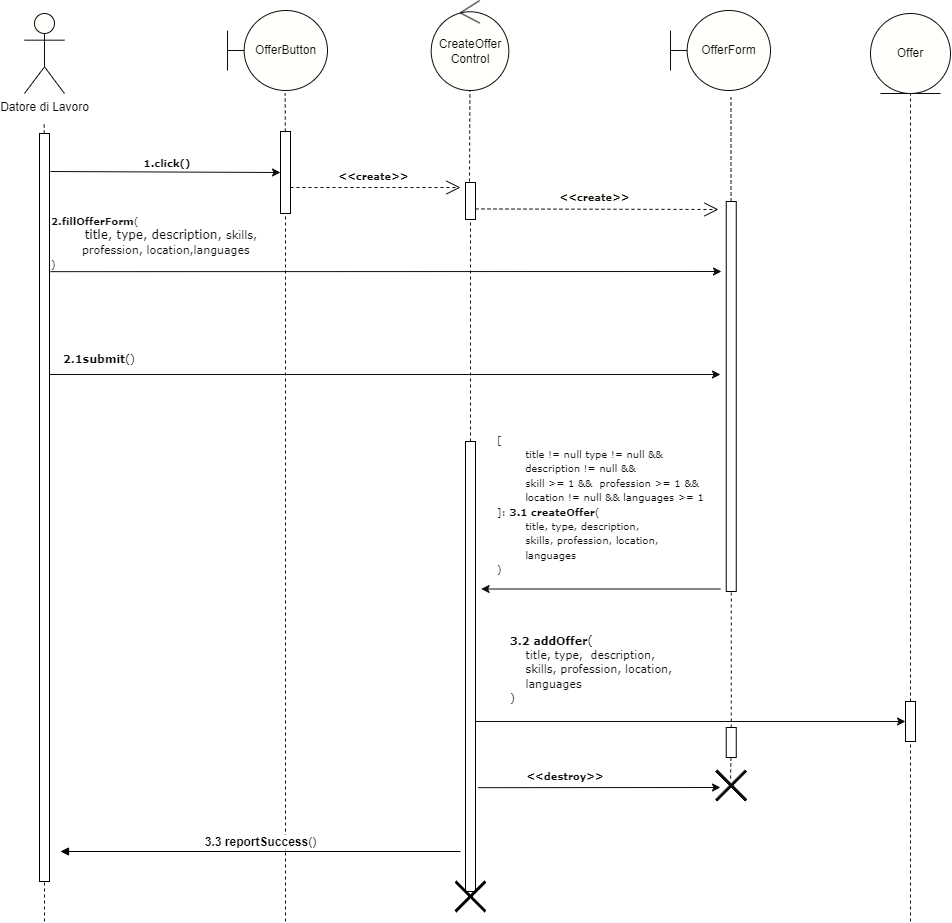
Earlier version of the draw.io export Documentazione/1. Requirement_Analysis_Document/Sequence_Diagrams/SD_CO.png (JacopoPassariello/TuringCareers). Source tidied: cells renumbered, new cells last; positions are measured from the earlier drawing's top-left corner, leaving out a move shared by most shapes.
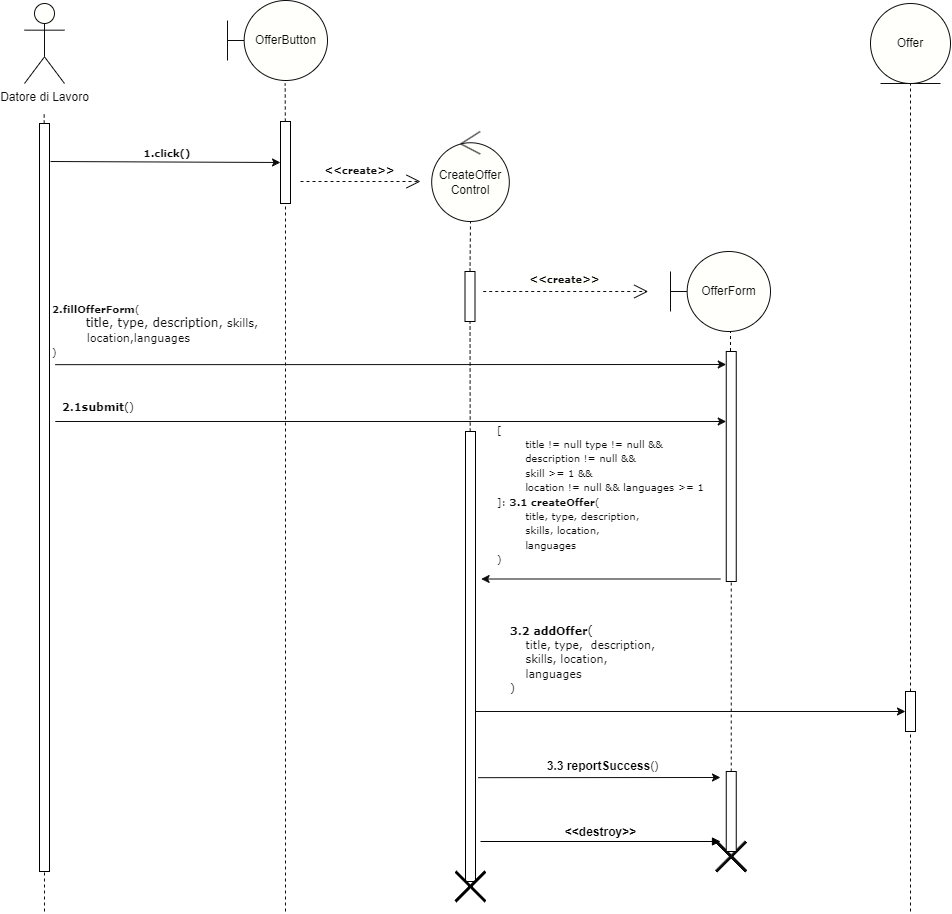
After the commit.

What changed in the source:
```diff
@@ -10,16 +10,11 @@
         <mxPoint x="260.7" y="93" as="targetPoint" />
       </mxGeometry>
     </mxCell>
-    <mxCell id="4" style="endArrow=none;dashed=1;html=1;rounded=0;entryX=0.499;entryY=0.996;entryDx=0;entryDy=0;strokeColor=#0D0D0D;entryPerimeter=0;" parent="1" edge="1" target="25">
+    <mxCell id="4" style="endArrow=none;dashed=1;html=1;rounded=0;strokeColor=#0D0D0D;exitX=0.5;exitY=0;exitDx=0;exitDy=0;" parent="1" edge="1" source="15">
       <mxGeometry relative="1" as="geometry">
-        <mxPoint x="445" y="181" as="sourcePoint" />
+        <mxPoint x="446" y="231" as="targetPoint" />
       </mxGeometry>
     </mxCell>
-    <mxCell id="5" style="endArrow=none;dashed=1;html=1;rounded=0;strokeColor=#0D0D0D;entryX=0.587;entryY=1.046;entryDx=0;entryDy=0;entryPerimeter=0;" parent="1" edge="1" source="20">
-      <mxGeometry relative="1" as="geometry">
-        <mxPoint x="706.4" y="96.7" as="targetPoint" />
-      </mxGeometry>
-    </mxCell>
     <mxCell id="6" style="endArrow=none;dashed=1;html=1;rounded=0;entryX=0.5;entryY=1;entryDx=0;entryDy=0;strokeColor=#0D0D0D;" parent="1" edge="1" source="33" target="24">
       <mxGeometry relative="1" as="geometry" />
     </mxCell>
@@ -56,57 +51,57 @@
       <mxGeometry relative="1" as="geometry" />
     </mxCell>
     <mxCell id="15" style="rounded=0;whiteSpace=wrap;html=1;strokeColor=default;fillColor=none;" parent="1" vertex="1">
-      <mxGeometry x="441" y="182" width="10" height="37" as="geometry" />
+      <mxGeometry x="440.5" y="281" width="10" height="50" as="geometry" />
     </mxCell>
     <mxCell id="16" style="endArrow=classic;html=1;rounded=0;fontColor=#0D0D0D;strokeColor=#0D0D0D;" parent="1" edge="1">
       <mxGeometry relative="1" as="geometry">
-        <mxPoint x="26" y="271.2" as="sourcePoint" />
-        <mxPoint x="697" y="271" as="targetPoint" />
+        <mxPoint x="30.8" y="374.2" as="sourcePoint" />
+        <mxPoint x="701.8" y="374" as="targetPoint" />
       </mxGeometry>
     </mxCell>
     <mxCell id="17" value="&lt;font color=&quot;#0d0d0d&quot; style=&quot;font-size: 10px;&quot; face=&quot;Verdana&quot;&gt;&lt;b&gt;&amp;lt;&amp;lt;create&amp;gt;&amp;gt;&lt;/b&gt;&lt;/font&gt;" style="endArrow=open;endSize=12;dashed=1;html=1;rounded=0;strokeColor=#0D0D0D;labelBackgroundColor=none;" parent="1" edge="1">
       <mxGeometry x="-0.02" y="11" relative="1" as="geometry">
-        <mxPoint x="266" y="187" as="sourcePoint" />
-        <mxPoint x="436" y="187" as="targetPoint" />
+        <mxPoint x="276" y="191" as="sourcePoint" />
+        <mxPoint x="396" y="191" as="targetPoint" />
       </mxGeometry>
     </mxCell>
     <mxCell id="18" value="&lt;font style=&quot;font-size: 10px;&quot; face=&quot;Verdana&quot;&gt;&lt;b&gt;&amp;lt;&amp;lt;create&amp;gt;&amp;gt;&lt;/b&gt;&lt;/font&gt;" style="endArrow=open;endSize=12;dashed=1;html=1;rounded=0;strokeColor=#0D0D0D;fontColor=#0D0D0D;labelBackgroundColor=#FFFFFC;" parent="1" edge="1">
       <mxGeometry x="-0.02" y="12" relative="1" as="geometry">
-        <mxPoint x="451" y="208.4" as="sourcePoint" />
-        <mxPoint x="694" y="209" as="targetPoint" />
+        <mxPoint x="458.7" y="301" as="sourcePoint" />
+        <mxPoint x="623.7" y="301" as="targetPoint" />
       </mxGeometry>
     </mxCell>
     <mxCell id="19" style="endArrow=none;dashed=1;html=1;rounded=0;strokeColor=#0D0D0D;" parent="1" edge="1" source="38" target="20">
       <mxGeometry relative="1" as="geometry" />
     </mxCell>
     <mxCell id="20" style="rounded=0;whiteSpace=wrap;html=1;strokeColor=default;fillColor=none;" parent="1" vertex="1">
-      <mxGeometry x="701.8" y="201" width="10" height="390" as="geometry" />
+      <mxGeometry x="701.8" y="361" width="10" height="230" as="geometry" />
     </mxCell>
-    <mxCell id="21" value="&lt;font face=&quot;Verdana&quot;&gt;&lt;font style=&quot;font-size: 10px;&quot;&gt;&lt;b style=&quot;&quot;&gt;2.fillOfferForm&lt;/b&gt;(&lt;br&gt;&lt;/font&gt;&lt;span style=&quot;white-space: pre;&quot;&gt;&#9;&lt;/span&gt;title, type,&amp;nbsp;description,&amp;nbsp;&lt;span style=&quot;font-size: 11px;&quot;&gt;skills, &lt;br&gt;&lt;span style=&quot;white-space: pre;&quot;&gt;&#9;&lt;/span&gt;profession, location,&lt;/span&gt;&lt;span style=&quot;font-size: 11px;&quot;&gt;languages&lt;/span&gt;&lt;font style=&quot;font-size: 10px;&quot;&gt;&lt;br&gt;)&lt;/font&gt;&lt;/font&gt;" style="text;html=1;strokeColor=none;fillColor=none;align=left;verticalAlign=middle;whiteSpace=wrap;rounded=0;labelBackgroundColor=none;fontColor=#0D0D0D;" parent="1" vertex="1">
-      <mxGeometry x="25" y="213" width="240" height="58" as="geometry" />
+    <mxCell id="21" value="&lt;font face=&quot;Verdana&quot;&gt;&lt;font style=&quot;font-size: 10px;&quot;&gt;&lt;b style=&quot;&quot;&gt;2.fillOfferForm&lt;/b&gt;(&lt;br&gt;&lt;/font&gt;&lt;span style=&quot;white-space: pre;&quot;&gt;&#9;&lt;/span&gt;title, type,&amp;nbsp;description,&amp;nbsp;&lt;span style=&quot;font-size: 11px;&quot;&gt;skills, &lt;span style=&quot;white-space: pre;&quot;&gt;&#9;&lt;/span&gt;&amp;nbsp;location,&lt;/span&gt;&lt;span style=&quot;font-size: 11px;&quot;&gt;languages&lt;/span&gt;&lt;font style=&quot;font-size: 10px;&quot;&gt;&lt;br&gt;)&lt;/font&gt;&lt;/font&gt;" style="text;html=1;strokeColor=none;fillColor=none;align=left;verticalAlign=middle;whiteSpace=wrap;rounded=0;labelBackgroundColor=none;fontColor=#0D0D0D;" parent="1" vertex="1">
+      <mxGeometry x="26" y="311" width="240" height="58" as="geometry" />
     </mxCell>
     <mxCell id="22" style="endArrow=classic;html=1;rounded=0;strokeColor=#0D0D0D;" parent="1" edge="1">
       <mxGeometry relative="1" as="geometry">
-        <mxPoint x="25" y="374" as="sourcePoint" />
-        <mxPoint x="696" y="374" as="targetPoint" />
+        <mxPoint x="30.8" y="431" as="sourcePoint" />
+        <mxPoint x="701.8" y="431" as="targetPoint" />
       </mxGeometry>
     </mxCell>
     <mxCell id="23" value="&lt;font face=&quot;Verdana&quot; style=&quot;font-size: 11px;&quot;&gt;&lt;b style=&quot;&quot;&gt;2.1submit&lt;/b&gt;()&lt;/font&gt;" style="text;html=1;strokeColor=none;fillColor=none;align=left;verticalAlign=middle;whiteSpace=wrap;rounded=0;fontColor=#0D0D0D;" parent="1" vertex="1">
-      <mxGeometry x="36.8" y="343" width="86" height="32" as="geometry" />
+      <mxGeometry x="36" y="401" width="86" height="32" as="geometry" />
     </mxCell>
     <mxCell id="24" value="Offer" style="ellipse;shape=umlEntity;whiteSpace=wrap;html=1;strokeColor=#0D0D0D;fontColor=#0D0D0D;fillColor=#FFFFFC;" parent="1" vertex="1">
       <mxGeometry x="846" y="13" width="80" height="80" as="geometry" />
     </mxCell>
     <mxCell id="25" value="CreateOffer&lt;br&gt;Control" style="ellipse;shape=umlControl;whiteSpace=wrap;html=1;strokeColor=#0D0D0D;fontColor=#0D0D0D;fillColor=#FFFFFC;" parent="1" vertex="1">
-      <mxGeometry x="406.7" width="77.6" height="90" as="geometry" />
+      <mxGeometry x="407.2" y="141" width="77.6" height="90" as="geometry" />
     </mxCell>
     <mxCell id="26" value="&lt;font color=&quot;#0d0d0d&quot;&gt;OfferButton&lt;/font&gt;" style="shape=umlBoundary;whiteSpace=wrap;html=1;strokeColor=#0D0D0D;fillColor=#FFFFFC;" parent="1" vertex="1">
       <mxGeometry x="203" y="10" width="100" height="80" as="geometry" />
     </mxCell>
     <mxCell id="27" value="OfferForm" style="shape=umlBoundary;whiteSpace=wrap;html=1;strokeColor=#0D0D0D;fontColor=#0D0D0D;fillColor=#FFFFFC;" parent="1" vertex="1">
-      <mxGeometry x="646" y="10" width="100" height="80" as="geometry" />
+      <mxGeometry x="646" y="261" width="100" height="80" as="geometry" />
     </mxCell>
-    <mxCell id="28" value="&lt;font face=&quot;Verdana&quot;&gt;&lt;font style=&quot;font-size: 10px;&quot;&gt;[ &lt;br&gt;&lt;span style=&quot;white-space: pre;&quot;&gt;&#9;&lt;/span&gt;title != null type != null &amp;amp;&amp;amp; &lt;span style=&quot;white-space: pre;&quot;&gt;&#9;&lt;/span&gt;description != null &amp;amp;&amp;amp;&lt;br&gt;&lt;span style=&quot;white-space: pre;&quot;&gt;&#9;&lt;/span&gt;skill &amp;gt;= 1 &amp;amp;&amp;amp;&amp;nbsp; profession &amp;gt;= 1 &amp;amp;&amp;amp;&lt;br&gt;&lt;span style=&quot;white-space: pre;&quot;&gt;&#9;&lt;/span&gt;location != null &amp;amp;&amp;amp; languages &amp;gt;= 1&lt;br&gt;]: &lt;b style=&quot;&quot;&gt;3.1 createOffer&lt;/b&gt;(&lt;br&gt;&lt;span style=&quot;white-space: pre;&quot;&gt;&amp;nbsp;&amp;nbsp;&amp;nbsp;&amp;nbsp;&lt;span style=&quot;white-space: pre;&quot;&gt;&#9;&lt;/span&gt;&lt;/span&gt;&lt;/font&gt;&lt;font style=&quot;font-size: 10px;&quot;&gt;title, type, description,&lt;/font&gt;&lt;br&gt;&lt;span style=&quot;font-size: 10px;&quot;&gt;&lt;span style=&quot;&quot;&gt;&lt;span style=&quot;white-space: pre;&quot;&gt;&amp;nbsp;&amp;nbsp;&amp;nbsp;&amp;nbsp;&lt;span style=&quot;white-space: pre;&quot;&gt;&#9;&lt;/span&gt;&lt;/span&gt;&lt;/span&gt;skills,&amp;nbsp;&lt;/span&gt;&lt;span style=&quot;font-size: 10px;&quot;&gt;profession,&lt;span style=&quot;white-space: pre;&quot;&gt;&amp;nbsp;&lt;/span&gt;&lt;/span&gt;&lt;span style=&quot;font-size: 10px;&quot;&gt;location,&lt;/span&gt;&lt;br style=&quot;font-size: 10px;&quot;&gt;&lt;span style=&quot;font-size: 10px;&quot;&gt;&lt;span style=&quot;&quot;&gt;&amp;nbsp;&amp;nbsp;&amp;nbsp;&amp;nbsp;&lt;span style=&quot;white-space: pre;&quot;&gt;&amp;nbsp;&amp;nbsp;&amp;nbsp;&amp;nbsp;&lt;/span&gt;&lt;/span&gt;&lt;/span&gt;&lt;span style=&quot;font-size: 10px;&quot;&gt;languages&lt;/span&gt;&lt;font style=&quot;font-size: 10px;&quot;&gt;&lt;br&gt;)&lt;/font&gt;&lt;/font&gt;" style="text;html=1;strokeColor=none;fillColor=none;align=left;verticalAlign=middle;whiteSpace=wrap;rounded=0;fontColor=#0D0D0D;" parent="1" vertex="1">
+    <mxCell id="28" value="&lt;font face=&quot;Verdana&quot;&gt;&lt;font style=&quot;font-size: 10px;&quot;&gt;[ &lt;br&gt;&lt;span style=&quot;white-space: pre;&quot;&gt;&#9;&lt;/span&gt;title != null type != null &amp;amp;&amp;amp; &lt;span style=&quot;white-space: pre;&quot;&gt;&#9;&lt;/span&gt;description != null &amp;amp;&amp;amp;&lt;br&gt;&lt;span style=&quot;white-space: pre;&quot;&gt;&#9;&lt;/span&gt;skill &amp;gt;= 1 &amp;amp;&amp;amp;&lt;br&gt;&lt;span style=&quot;white-space: pre;&quot;&gt;&#9;&lt;/span&gt;location != null &amp;amp;&amp;amp; languages &amp;gt;= 1&lt;br&gt;]: &lt;b style=&quot;&quot;&gt;3.1 createOffer&lt;/b&gt;(&lt;br&gt;&lt;span style=&quot;white-space: pre;&quot;&gt;&amp;nbsp;&amp;nbsp;&amp;nbsp;&amp;nbsp;&lt;span style=&quot;white-space: pre;&quot;&gt;&#9;&lt;/span&gt;&lt;/span&gt;&lt;/font&gt;&lt;font style=&quot;font-size: 10px;&quot;&gt;title, type, description,&lt;/font&gt;&lt;br&gt;&lt;span style=&quot;font-size: 10px;&quot;&gt;&lt;span style=&quot;&quot;&gt;&lt;span style=&quot;white-space: pre;&quot;&gt;&amp;nbsp;&amp;nbsp;&amp;nbsp;&amp;nbsp;&lt;span style=&quot;white-space: pre;&quot;&gt;&#9;&lt;/span&gt;&lt;/span&gt;&lt;/span&gt;skills&lt;/span&gt;&lt;span style=&quot;font-size: 10px;&quot;&gt;,&lt;span style=&quot;white-space: pre;&quot;&gt;&amp;nbsp;&lt;/span&gt;&lt;/span&gt;&lt;span style=&quot;font-size: 10px;&quot;&gt;location,&lt;/span&gt;&lt;br style=&quot;font-size: 10px;&quot;&gt;&lt;span style=&quot;font-size: 10px;&quot;&gt;&lt;span style=&quot;&quot;&gt;&amp;nbsp;&amp;nbsp;&amp;nbsp;&amp;nbsp;&lt;span style=&quot;white-space: pre;&quot;&gt;&amp;nbsp;&amp;nbsp;&amp;nbsp;&amp;nbsp;&lt;/span&gt;&lt;/span&gt;&lt;/span&gt;&lt;span style=&quot;font-size: 10px;&quot;&gt;languages&lt;/span&gt;&lt;font style=&quot;font-size: 10px;&quot;&gt;&lt;br&gt;)&lt;/font&gt;&lt;/font&gt;" style="text;html=1;strokeColor=none;fillColor=none;align=left;verticalAlign=middle;whiteSpace=wrap;rounded=0;fontColor=#0D0D0D;" parent="1" vertex="1">
       <mxGeometry x="470.8" y="418.5" width="211" height="170" as="geometry" />
     </mxCell>
     <mxCell id="29" style="endArrow=classic;html=1;rounded=0;strokeColor=#0D0D0D;" parent="1" edge="1">
@@ -121,8 +116,8 @@
         <mxPoint x="696" y="787" as="targetPoint" />
       </mxGeometry>
     </mxCell>
-    <mxCell id="31" value="&lt;font face=&quot;Verdana&quot;&gt;&lt;span style=&quot;font-size: 10px;&quot;&gt;&lt;b&gt;&amp;lt;&amp;lt;destroy&amp;gt;&amp;gt;&lt;/b&gt;&lt;/span&gt;&lt;/font&gt;" style="text;html=1;strokeColor=none;fillColor=none;align=center;verticalAlign=middle;whiteSpace=wrap;rounded=0;fontColor=#0D0D0D;" parent="1" vertex="1">
-      <mxGeometry x="521.2" y="770" width="40" height="11" as="geometry" />
+    <mxCell id="31" value="&lt;b style=&quot;border-color: var(--border-color); color: rgb(0, 0, 0); background-color: rgb(255, 255, 255);&quot;&gt;3.3 reportSuccess&lt;/b&gt;()" style="text;html=1;strokeColor=none;fillColor=none;align=center;verticalAlign=middle;whiteSpace=wrap;rounded=0;fontColor=#0D0D0D;" parent="1" vertex="1">
+      <mxGeometry x="521.2" y="770" width="114.8" height="11" as="geometry" />
     </mxCell>
     <mxCell id="32" style="endArrow=none;dashed=1;html=1;rounded=0;entryX=0.5;entryY=1;entryDx=0;entryDy=0;strokeColor=#0D0D0D;" parent="1" edge="1" target="33">
       <mxGeometry relative="1" as="geometry">
@@ -137,31 +132,29 @@
         <mxPoint x="451" y="721" as="sourcePoint" />
       </mxGeometry>
     </mxCell>
-    <mxCell id="35" style="endArrow=none;dashed=1;html=1;rounded=0;strokeColor=#0D0D0D;" parent="1" edge="1" source="38">
-      <mxGeometry relative="1" as="geometry">
-        <mxPoint x="706" y="781" as="targetPoint" />
-      </mxGeometry>
-    </mxCell>
     <mxCell id="36" style="shape=umlDestroy;whiteSpace=wrap;html=1;strokeWidth=3;targetShapes=umlLifeline;strokeColor=#0D0D0D;" parent="1" vertex="1">
-      <mxGeometry x="691.8" y="770" width="30" height="30" as="geometry" />
+      <mxGeometry x="691.8" y="851" width="30" height="30" as="geometry" />
     </mxCell>
-    <mxCell id="37" value="&lt;font face=&quot;Verdana&quot;&gt;&lt;b style=&quot;font-size: 11px;&quot;&gt;3.2 addOffer&lt;/b&gt;(&lt;br style=&quot;font-size: 11px;&quot;&gt;&lt;span style=&quot;font-size: 11px;&quot;&gt;&lt;span style=&quot;white-space: pre;&quot;&gt;&amp;nbsp;&amp;nbsp;&amp;nbsp;&amp;nbsp;&lt;/span&gt;&lt;/span&gt;&lt;span style=&quot;font-size: 11px;&quot;&gt;title, type,&amp;nbsp; description,&lt;/span&gt;&lt;br style=&quot;font-size: 11px;&quot;&gt;&lt;span style=&quot;font-size: 11px;&quot;&gt;&lt;span style=&quot;white-space: pre;&quot;&gt;&amp;nbsp;&amp;nbsp;&amp;nbsp;&amp;nbsp;&lt;/span&gt;&lt;/span&gt;&lt;span style=&quot;font-size: 11px;&quot;&gt;skills, profession, location,&lt;/span&gt;&lt;br style=&quot;font-size: 11px;&quot;&gt;&lt;span style=&quot;font-size: 11px;&quot;&gt;&lt;span style=&quot;white-space: pre;&quot;&gt;&amp;nbsp;&amp;nbsp;&amp;nbsp;&amp;nbsp;&lt;/span&gt;&lt;/span&gt;&lt;span style=&quot;font-size: 11px;&quot;&gt;languages&lt;/span&gt;&lt;br style=&quot;font-size: 11px;&quot;&gt;&lt;span style=&quot;font-size: 11px;&quot;&gt;)&lt;/span&gt;&lt;/font&gt;" style="text;html=1;strokeColor=none;fillColor=none;align=left;verticalAlign=middle;whiteSpace=wrap;rounded=0;fontColor=#0D0D0D;" parent="1" vertex="1">
+    <mxCell id="37" value="&lt;font face=&quot;Verdana&quot;&gt;&lt;b style=&quot;font-size: 11px;&quot;&gt;3.2 addOffer&lt;/b&gt;(&lt;br style=&quot;font-size: 11px;&quot;&gt;&lt;span style=&quot;font-size: 11px;&quot;&gt;&lt;span style=&quot;white-space: pre;&quot;&gt;&amp;nbsp;&amp;nbsp;&amp;nbsp;&amp;nbsp;&lt;/span&gt;&lt;/span&gt;&lt;span style=&quot;font-size: 11px;&quot;&gt;title, type,&amp;nbsp; description,&lt;/span&gt;&lt;br style=&quot;font-size: 11px;&quot;&gt;&lt;span style=&quot;font-size: 11px;&quot;&gt;&lt;span style=&quot;white-space: pre;&quot;&gt;&amp;nbsp;&amp;nbsp;&amp;nbsp;&amp;nbsp;&lt;/span&gt;&lt;/span&gt;&lt;span style=&quot;font-size: 11px;&quot;&gt;skills, location,&lt;/span&gt;&lt;br style=&quot;font-size: 11px;&quot;&gt;&lt;span style=&quot;font-size: 11px;&quot;&gt;&lt;span style=&quot;white-space: pre;&quot;&gt;&amp;nbsp;&amp;nbsp;&amp;nbsp;&amp;nbsp;&lt;/span&gt;&lt;/span&gt;&lt;span style=&quot;font-size: 11px;&quot;&gt;languages&lt;/span&gt;&lt;br style=&quot;font-size: 11px;&quot;&gt;&lt;span style=&quot;font-size: 11px;&quot;&gt;)&lt;/span&gt;&lt;/font&gt;" style="text;html=1;strokeColor=none;fillColor=none;align=left;verticalAlign=middle;whiteSpace=wrap;rounded=0;fontColor=#0D0D0D;" parent="1" vertex="1">
       <mxGeometry x="484.3" y="619.5" width="197.4" height="99" as="geometry" />
     </mxCell>
     <mxCell id="38" style="rounded=0;whiteSpace=wrap;html=1;" parent="1" vertex="1">
-      <mxGeometry x="701.8" y="727" width="10" height="30" as="geometry" />
+      <mxGeometry x="701.8" y="781" width="10" height="80" as="geometry" />
     </mxCell>
     <mxCell id="39" style="rounded=0;whiteSpace=wrap;html=1;strokeColor=default;fillColor=none;" parent="1" vertex="1">
       <mxGeometry x="441" y="441" width="10" height="450" as="geometry" />
     </mxCell>
-    <mxCell id="40" value="&lt;span style=&quot;font-size: 12px;&quot;&gt;&lt;b&gt;3.3 reportSuccess&lt;/b&gt;()&lt;/span&gt;" style="html=1;verticalAlign=bottom;endArrow=block;curved=0;rounded=0;" parent="1" edge="1">
+    <mxCell id="40" value="&lt;span style=&quot;font-size: 12px;&quot;&gt;&lt;b&gt;&amp;lt;&amp;lt;destroy&amp;gt;&amp;gt;&lt;/b&gt;&lt;/span&gt;" style="html=1;verticalAlign=bottom;endArrow=block;curved=0;rounded=0;" parent="1" edge="1">
       <mxGeometry relative="1" as="geometry">
-        <mxPoint x="436" y="851" as="sourcePoint" />
-        <mxPoint x="36" y="851" as="targetPoint" />
+        <mxPoint x="456" y="851" as="sourcePoint" />
+        <mxPoint x="696" y="851" as="targetPoint" />
       </mxGeometry>
     </mxCell>
     <mxCell id="41" style="shape=umlDestroy;whiteSpace=wrap;html=1;strokeWidth=3;targetShapes=umlLifeline;" parent="1" vertex="1">
       <mxGeometry x="431" y="881" width="30" height="30" as="geometry" />
     </mxCell>
+    <mxCell id="42" style="endArrow=none;dashed=1;html=1;rounded=0;exitX=0.423;exitY=-0.002;exitDx=0;exitDy=0;entryX=0.6;entryY=0.996;entryDx=0;entryDy=0;entryPerimeter=0;exitPerimeter=0;" parent="1" edge="1" source="20" target="27">
+      <mxGeometry relative="1" as="geometry" />
+    </mxCell>
   </root>
 </mxGraphModel>
```
